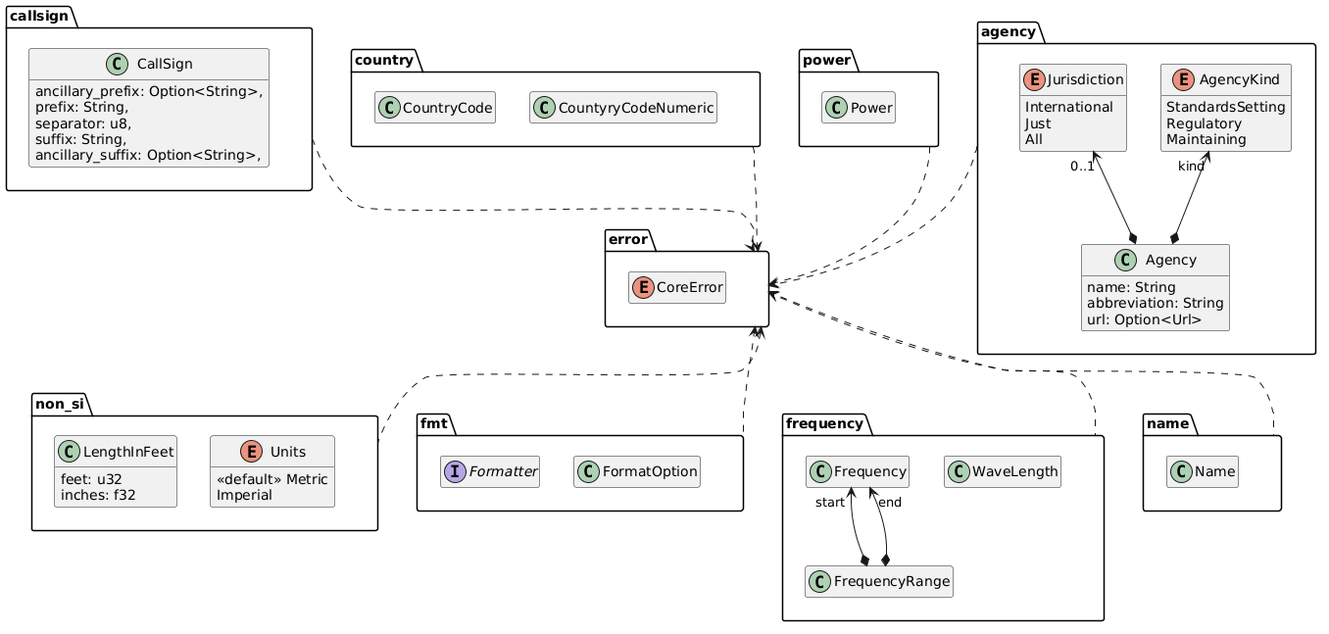
Above: rust-rfham.github.io/src/images/core-overview.png in johnstonskj/rust-rfham (PlantUML), before the change.
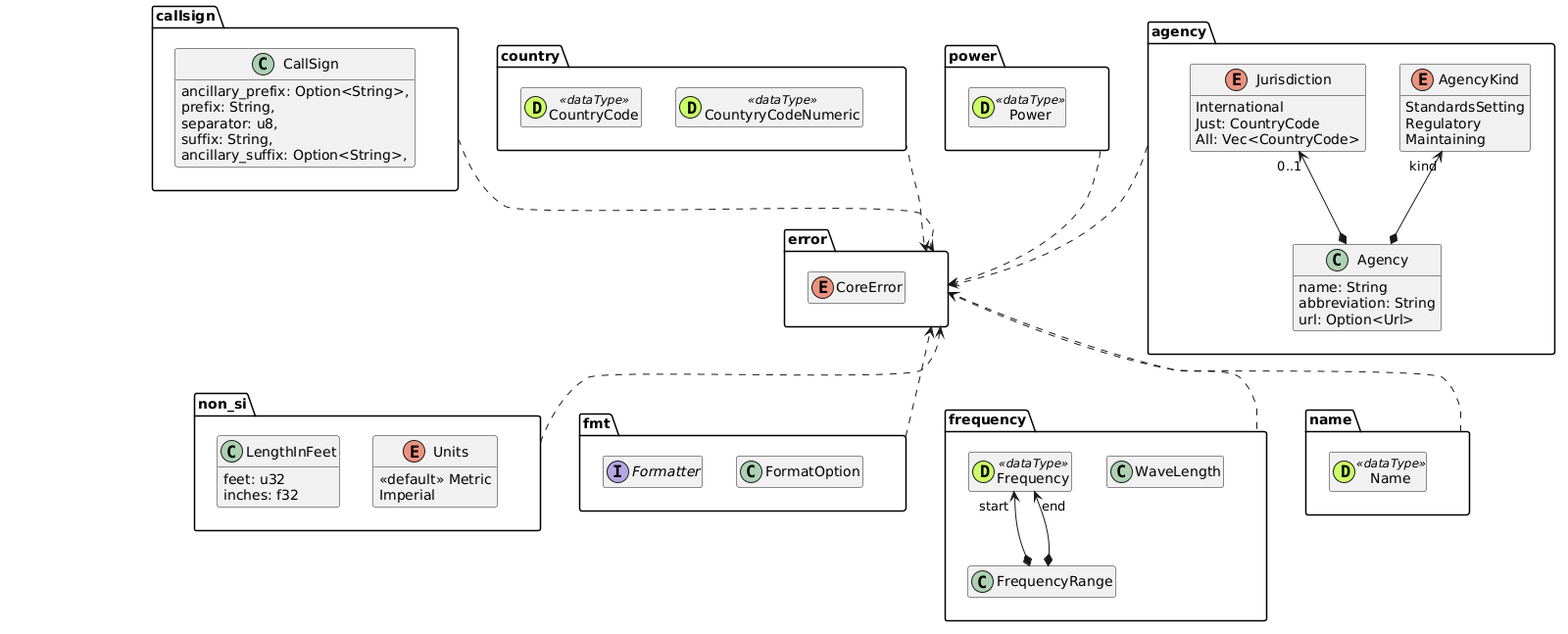
The same file after the commit.

Change to the diagram source:
```diff
@@ -1,5 +1,14 @@
 @startuml
-hide empty members
+class DummyClass
+    hide DummyClass
+
+    hide empty members
+
+    skinparam PackageBorderColor<<crate>> #dddddd
+
+    skinparam PackageBorderColor<<imported>> #dddddd
+
+    hide <<imported>> stereotype
 
     package error {
         enum CoreError {}
@@ -17,8 +26,8 @@
     callsign ..> error
 
     package country {
-        class CountryCode {}
-        class CountyryCodeNumeric {}
+        class CountryCode << (D, #ccff66) dataType>> {}
+        class CountyryCodeNumeric << (D, #ccff66) dataType>> {}
     }
     country ..> error
 
@@ -30,8 +39,8 @@
         }
         enum Jurisdiction {
             International
-            Just
-            All
+            Just: CountryCode
+            All: Vec<CountryCode>
         }
         class Agency {
             name: String
@@ -62,7 +71,7 @@
     fmt .up.> error
 
     package frequency {
-        class Frequency {}
+        class Frequency << (D, #ccff66) dataType>> {}
         class FrequencyRange {}
         FrequencyRange *-up-> "start" Frequency
         FrequencyRange *-up-> "end" Frequency
@@ -71,12 +80,12 @@
     frequency .up.> error
 
     package name {
-        class Name {}
+        class Name << (D, #ccff66) dataType>> {}
     }
     name .up.> error
 
     package power {
-        class Power {}
+        class Power << (D, #ccff66) dataType>> {}
     }
     power ..> error
 @enduml
```
